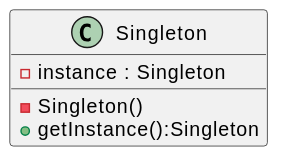
The PlantUML diagram out/Singleton.svg in nazares/Design-Patterns, before a commit. Its diagram source:
```plantuml
@startuml
    class Singleton {
        - instance : Singleton
        - Singleton()
        + getInstance():Singleton
    }
@enduml
```
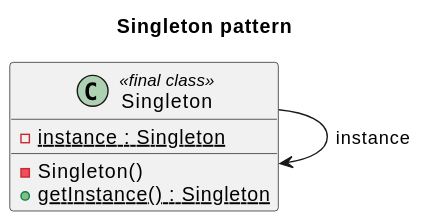
The same file after the commit.

Commit message:
add Singleton pattern

Change to the diagram source:
```diff
@@ -1,7 +1,11 @@
 @startuml
-    class Singleton {
-        - instance : Singleton
-        - Singleton()
-        + getInstance():Singleton
-    }
+title Singleton pattern
+
+class Singleton <<final class>> {
+    -{static} instance : Singleton
+    - Singleton()
+    +{static} getInstance() : Singleton
+}
+
+Singleton --> Singleton:instance
 @enduml
```
